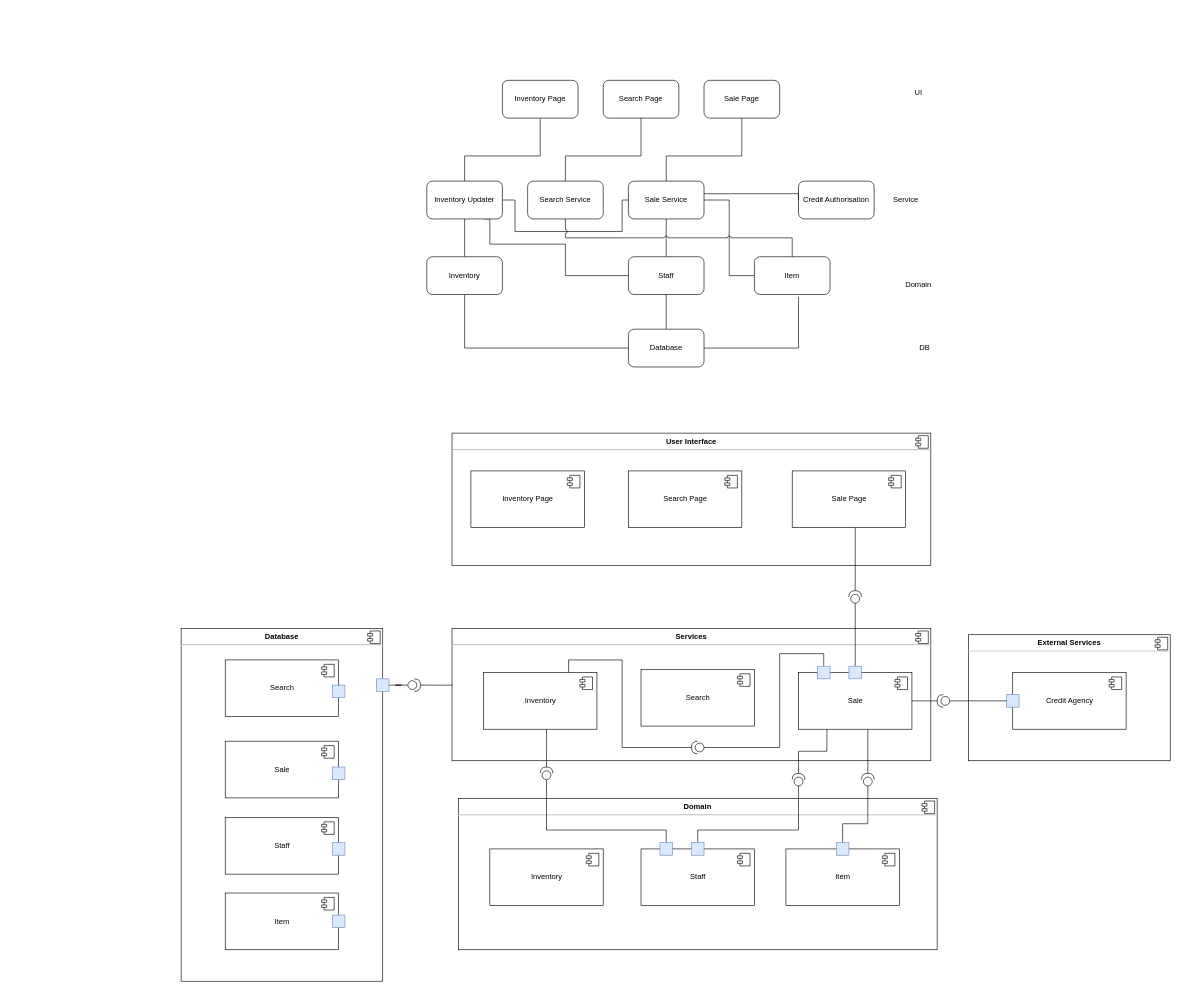
Before: workshop 10.drawio in SWEN30006-14/Workshops, a draw.io diagram. Source tidied: cells renumbered, new cells numbered last; positions are measured from the earlier drawing's top-left corner, leaving out a move shared by most shapes. Both pictures are drawn from the tidied source at 63%, with x=0, y=0 at pixel (181, 80).
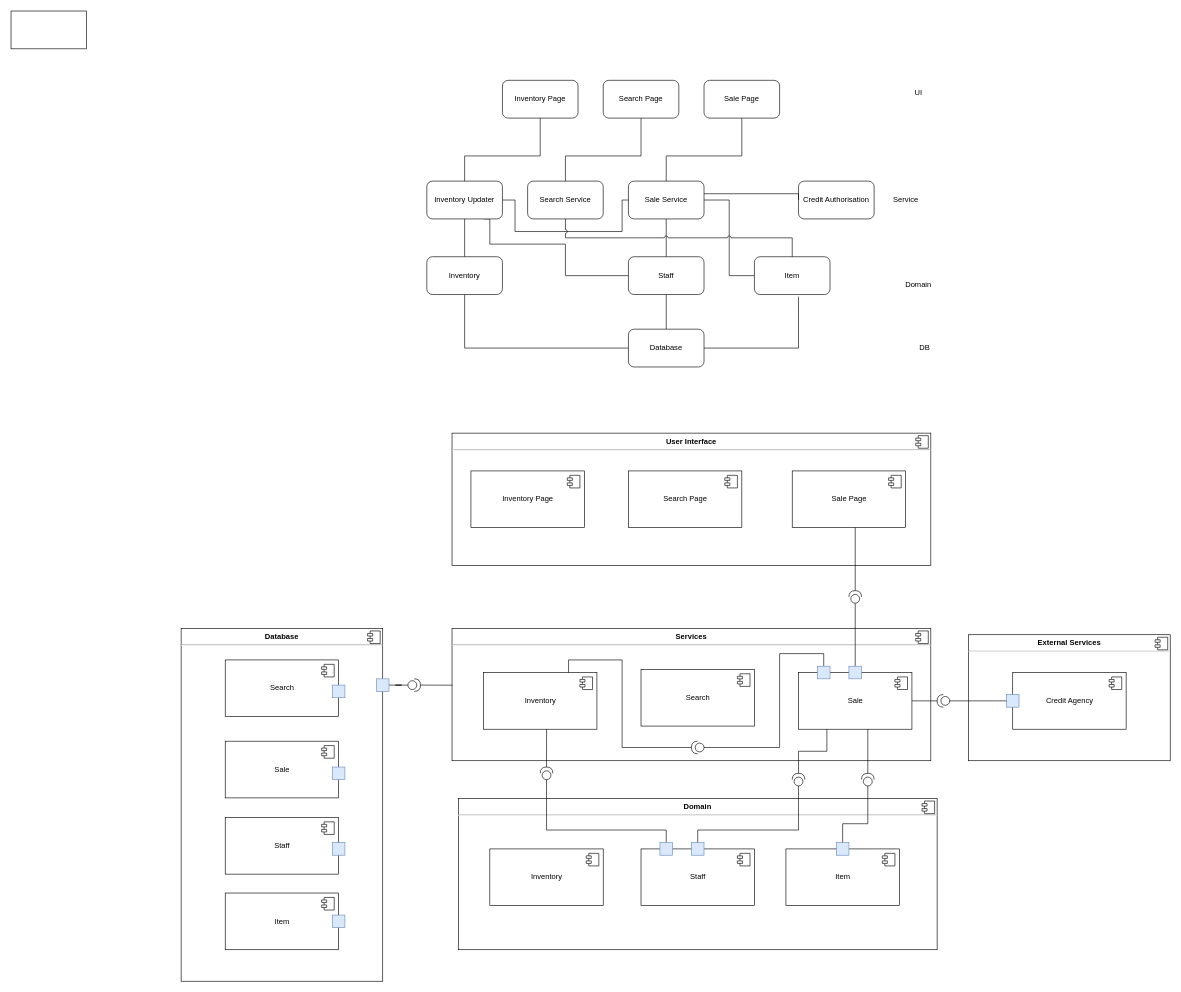
The same diagram, later.

The edit, as a diff of the source:
```diff
@@
+    <mxCell id="100" style="whiteSpace=wrap;html=1;" parent="1" vertex="1">
+      <mxGeometry x="-270" y="-110" width="120" height="60" as="geometry" />
+    </mxCell>
```
